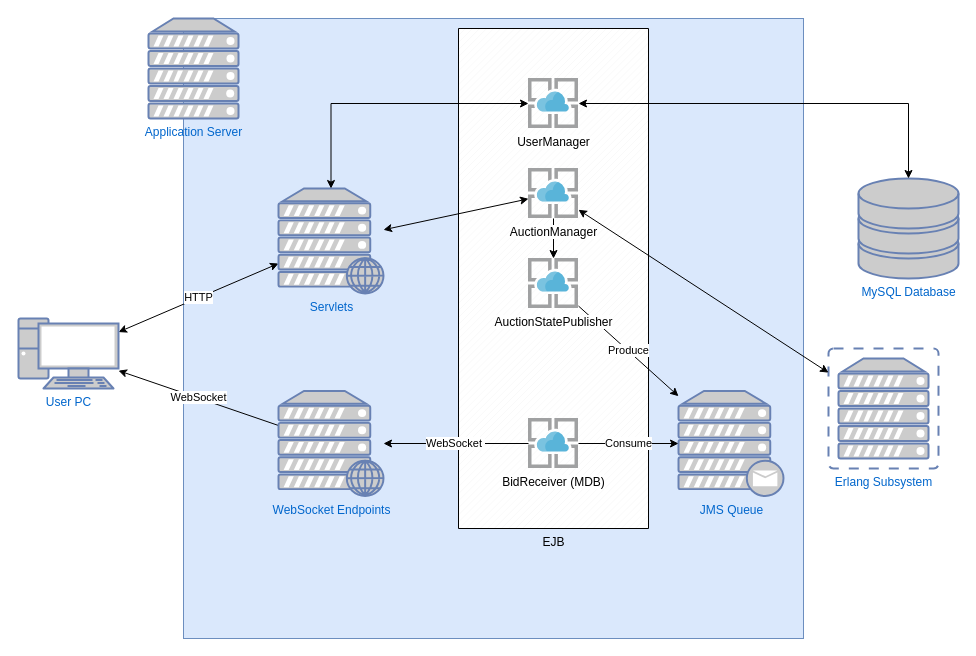
The draw.io diagram doc/diagrams/applicationserver.drawio in SpeedJack/dsmt, before the edit. Source tidied: cells renumbered, new cells numbered last; positions are measured from the earlier drawing's top-left corner, leaving out a move shared by most shapes. Both pictures are drawn from the tidied source at 100%, with x=0, y=0 at pixel (18, 18).
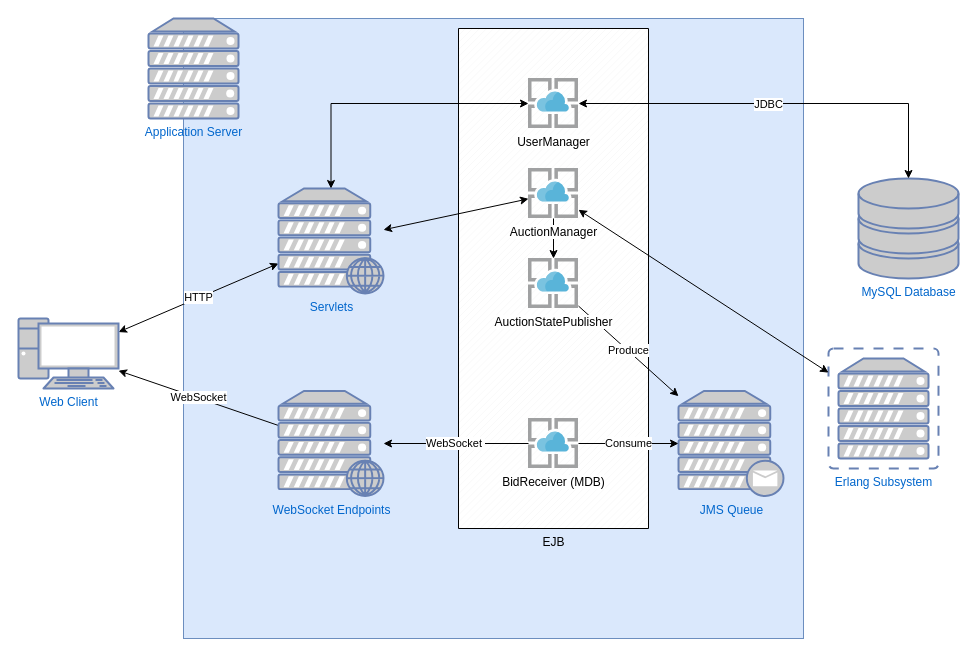
The same diagram, later.

Unchanged cells that the change refers to:
```xml
<mxCell id="14" style="edgeStyle=orthogonalEdgeStyle;rounded=0;jettySize=auto;html=1;startArrow=classic;startFill=1;" parent="1" edge="1" source="16" target="12">
  <mxGeometry relative="1" as="geometry" />
</mxCell>
```

Diff of the diagram source:
```diff
@@
-    <mxCell id="6" value="User PC" style="fontColor=#0066CC;verticalAlign=top;verticalLabelPosition=bottom;labelPosition=center;align=center;html=1;outlineConnect=0;fillColor=#CCCCCC;strokeColor=#6881B3;gradientColor=none;gradientDirection=north;strokeWidth=2;shape=mxgraph.networks.pc;" parent="1" vertex="1">
+    <mxCell id="6" value="Web Client" style="fontColor=#0066CC;verticalAlign=top;verticalLabelPosition=bottom;labelPosition=center;align=center;html=1;outlineConnect=0;fillColor=#CCCCCC;strokeColor=#6881B3;gradientColor=none;gradientDirection=north;strokeWidth=2;shape=mxgraph.networks.pc;" parent="1" vertex="1">
       <mxGeometry y="300" width="100" height="70" as="geometry" />
     </mxCell>
@@
+    <mxCell id="25" value="JDBC" style="edgeLabel;html=1;align=center;verticalAlign=middle;" parent="14" vertex="1">
+      <mxGeometry x="-0.11" y="1" relative="1" as="geometry">
+        <mxPoint x="9" y="1" as="offset" />
+      </mxGeometry>
+    </mxCell>
```
